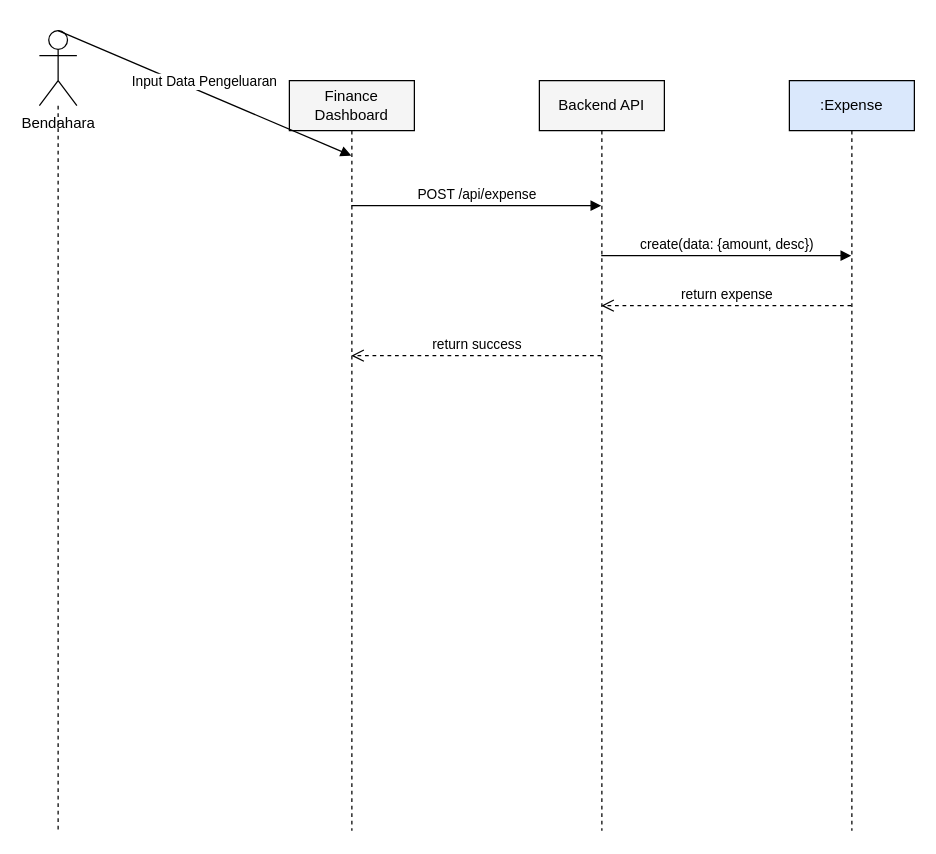
This is docs/sequence_expense_management.drawio from muhammaddzaki123/adminkassmpit, a draw.io file, before an edit. Source tidied: cells renumbered, new cells numbered last; positions are measured from the earlier drawing's top-left corner, leaving out a move shared by most shapes. Both pictures are drawn from the tidied source at 125%, with x=0, y=0 at pixel (39, 30).
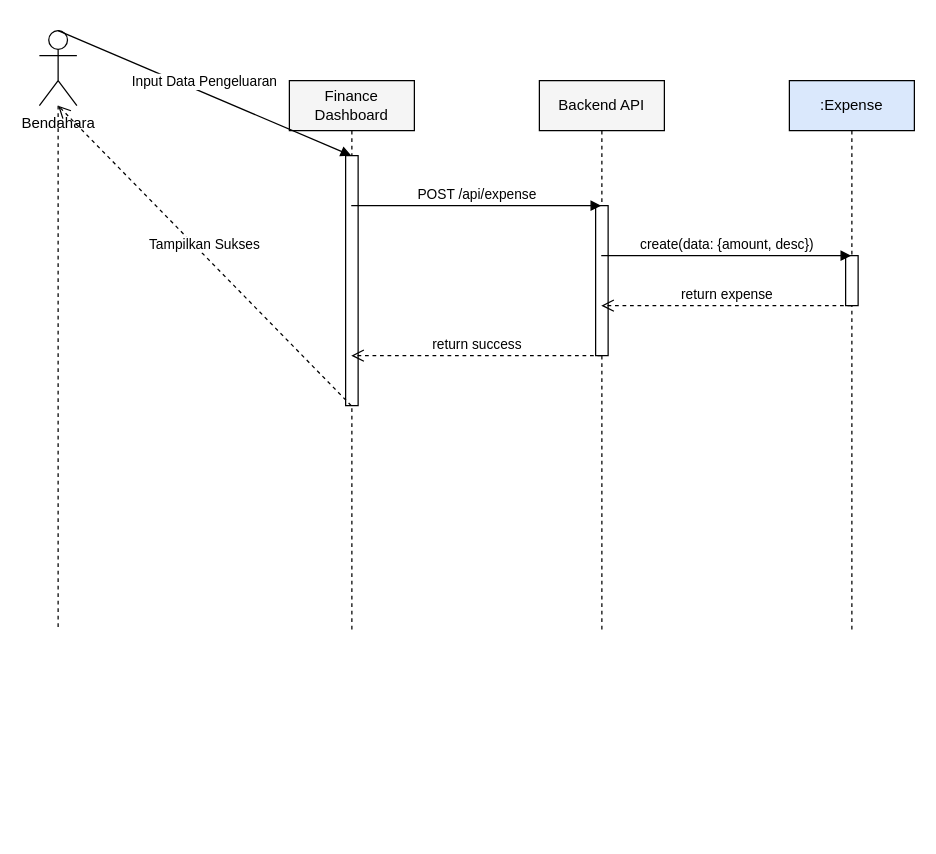
The same diagram, later.

What changed in the source:
```diff
@@
 <mxGraphModel>
   <root>
     <mxCell id="0" />
     <mxCell id="1" parent="0" />
     <mxCell id="2" value="Bendahara" style="shape=umlActor;verticalLabelPosition=bottom;verticalAlign=top;html=1;outlineConnect=0;" parent="1" vertex="1">
       <mxGeometry width="30" height="60" as="geometry" />
     </mxCell>
     <mxCell id="3" style="endArrow=none;dashed=1;html=1;" parent="1" edge="1" source="2">
       <mxGeometry relative="1" as="geometry">
-        <mxPoint x="15" y="640" as="targetPoint" />
+        <mxPoint x="15" y="480" as="targetPoint" />
       </mxGeometry>
     </mxCell>
     <mxCell id="4" value="Finance Dashboard" style="shape=umlLifeline;perimeter=lifelinePerimeter;whiteSpace=wrap;html=1;outlineConnect=0;fillColor=#f5f5f5;" parent="1" vertex="1">
-      <mxGeometry x="200" y="40" width="100" height="600" as="geometry" />
+      <mxGeometry x="200" y="40" width="100" height="440" as="geometry" />
     </mxCell>
     <mxCell id="5" value="Backend API" style="shape=umlLifeline;perimeter=lifelinePerimeter;whiteSpace=wrap;html=1;outlineConnect=0;fillColor=#f5f5f5;" parent="1" vertex="1">
-      <mxGeometry x="400" y="40" width="100" height="600" as="geometry" />
+      <mxGeometry x="400" y="40" width="100" height="440" as="geometry" />
     </mxCell>
     <mxCell id="6" value=":Expense" style="shape=umlLifeline;perimeter=lifelinePerimeter;whiteSpace=wrap;html=1;outlineConnect=0;fillColor=#dae8fc;" parent="1" vertex="1">
-      <mxGeometry x="600" y="40" width="100" height="600" as="geometry" />
+      <mxGeometry x="600" y="40" width="100" height="440" as="geometry" />
     </mxCell>
-    <mxCell id="7" value="Input Data Pengeluaran" style="html=1;verticalAlign=bottom;endArrow=block;rounded=0;entryX=0.5;entryY=0.1;exitX=0.5;exitY=0.1;" parent="1" edge="1" source="2" target="4">
-      <mxGeometry relative="1" as="geometry" />
+    <mxCell id="7" style="html=1;perimeter=orthogonalPerimeter;fillColor=#FFFFFF;strokeColor=#000000;" parent="1" vertex="1">
+      <mxGeometry x="645" y="180" width="10" height="40" as="geometry" />
     </mxCell>
-    <mxCell id="8" value="POST /api/expense" style="html=1;verticalAlign=bottom;endArrow=block;rounded=0;entryX=0.5;entryY=0.16666666666666666;exitX=0.5;exitY=0.16666666666666666;" parent="1" edge="1" source="4" target="5">
-      <mxGeometry relative="1" as="geometry" />
+    <mxCell id="8" style="html=1;perimeter=orthogonalPerimeter;fillColor=#FFFFFF;strokeColor=#000000;" parent="1" vertex="1">
+      <mxGeometry x="445" y="140" width="10" height="120" as="geometry" />
     </mxCell>
-    <mxCell id="9" value="create(data: {amount, desc})" style="html=1;verticalAlign=bottom;endArrow=block;rounded=0;entryX=0.5;entryY=0.23333333333333334;exitX=0.5;exitY=0.23333333333333334;" parent="1" edge="1" source="5" target="6">
-      <mxGeometry relative="1" as="geometry" />
+    <mxCell id="9" style="html=1;perimeter=orthogonalPerimeter;fillColor=#FFFFFF;strokeColor=#000000;" parent="1" vertex="1">
+      <mxGeometry x="245" y="100" width="10" height="200" as="geometry" />
     </mxCell>
-    <mxCell id="10" value="return expense" style="html=1;verticalAlign=bottom;endArrow=open;dashed=1;endSize=8;rounded=0;entryX=0.5;entryY=0.3;exitX=0.5;exitY=0.3;" parent="1" edge="1" source="6" target="5">
+    <mxCell id="10" value="Input Data Pengeluaran" style="html=1;verticalAlign=bottom;endArrow=block;rounded=0;entryX=0.5;entryY=0.13636363636363635;exitX=0.5;exitY=0.13636363636363635;" parent="1" edge="1" source="2" target="4">
       <mxGeometry relative="1" as="geometry" />
     </mxCell>
-    <mxCell id="11" value="return success" style="html=1;verticalAlign=bottom;endArrow=open;dashed=1;endSize=8;rounded=0;entryX=0.5;entryY=0.36666666666666664;exitX=0.5;exitY=0.36666666666666664;" parent="1" edge="1" source="5" target="4">
+    <mxCell id="11" value="POST /api/expense" style="html=1;verticalAlign=bottom;endArrow=block;rounded=0;entryX=0.5;entryY=0.22727272727272727;exitX=0.5;exitY=0.22727272727272727;" parent="1" edge="1" source="4" target="5">
       <mxGeometry relative="1" as="geometry" />
     </mxCell>
+    <mxCell id="12" value="create(data: {amount, desc})" style="html=1;verticalAlign=bottom;endArrow=block;rounded=0;entryX=0.5;entryY=0.3181818181818182;exitX=0.5;exitY=0.3181818181818182;" parent="1" edge="1" source="5" target="6">
+      <mxGeometry relative="1" as="geometry" />
+    </mxCell>
+    <mxCell id="13" value="return expense" style="html=1;verticalAlign=bottom;endArrow=open;dashed=1;endSize=8;rounded=0;entryX=0.5;entryY=0.4090909090909091;exitX=0.5;exitY=0.4090909090909091;" parent="1" edge="1" source="6" target="5">
+      <mxGeometry relative="1" as="geometry" />
+    </mxCell>
+    <mxCell id="14" value="return success" style="html=1;verticalAlign=bottom;endArrow=open;dashed=1;endSize=8;rounded=0;entryX=0.5;entryY=0.5;exitX=0.5;exitY=0.5;" parent="1" edge="1" source="5" target="4">
+      <mxGeometry relative="1" as="geometry" />
+    </mxCell>
+    <mxCell id="15" value="Tampilkan Sukses" style="html=1;verticalAlign=bottom;endArrow=open;dashed=1;endSize=8;rounded=0;entryX=0.5;entryY=0.5909090909090909;exitX=0.5;exitY=0.5909090909090909;" parent="1" edge="1" source="4" target="2">
+      <mxGeometry relative="1" as="geometry" />
+    </mxCell>
   </root>
 </mxGraphModel>
```
